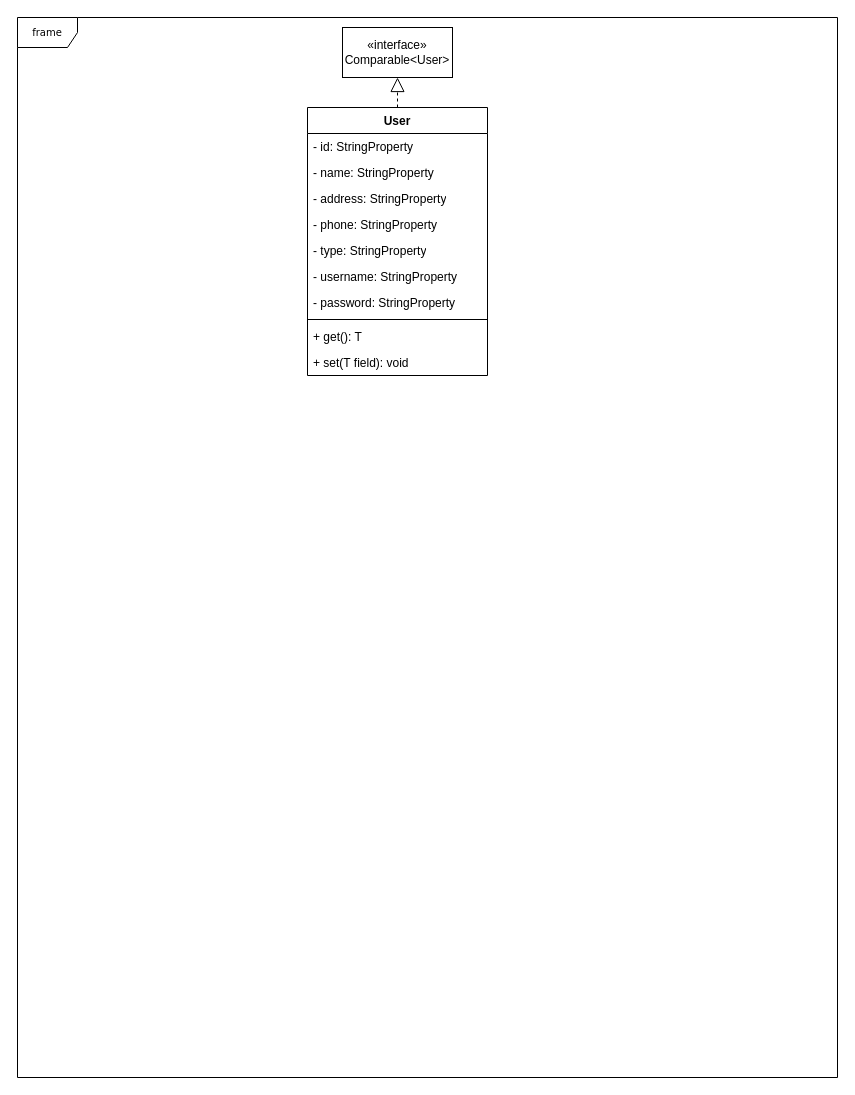
The draw.io diagram doc/UML Diagrams/User.drawio in dealoux/INTE2512-Project, before the edit. Source tidied: cells renumbered, new cells numbered last; positions are measured from the earlier drawing's top-left corner, leaving out a move shared by most shapes. Both pictures are drawn from the tidied source at 100%, with x=0, y=0 at pixel (17, 17).
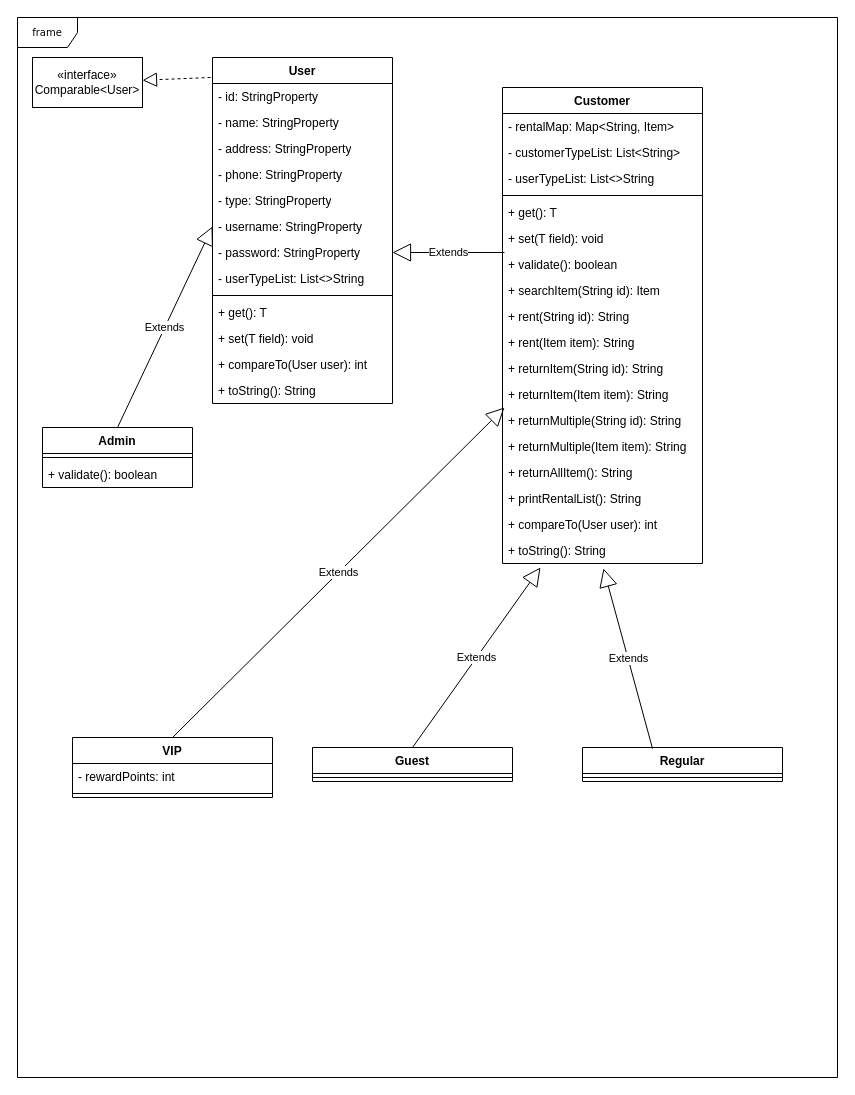
After the change.

Unchanged cells that the change refers to:
```xml
<mxCell id="5" value="- id: StringProperty" style="text;html=1;strokeColor=none;fillColor=none;align=left;verticalAlign=top;spacingLeft=4;spacingRight=4;whiteSpace=wrap;overflow=hidden;points=[[0,0.5],[1,0.5]];portConstraint=eastwest;" parent="4" vertex="1">
  <mxGeometry y="26" width="180" height="26" as="geometry" />
</mxCell>
<mxCell id="10" value="- username: StringProperty" style="text;html=1;strokeColor=none;fillColor=none;align=left;verticalAlign=top;spacingLeft=4;spacingRight=4;whiteSpace=wrap;overflow=hidden;points=[[0,0.5],[1,0.5]];portConstraint=eastwest;" parent="4" vertex="1">
  <mxGeometry y="156" width="180" height="26" as="geometry" />
</mxCell>
<mxCell id="11" value="- password: StringProperty" style="text;html=1;strokeColor=none;fillColor=none;align=left;verticalAlign=top;spacingLeft=4;spacingRight=4;whiteSpace=wrap;overflow=hidden;points=[[0,0.5],[1,0.5]];portConstraint=eastwest;" parent="4" vertex="1">
  <mxGeometry y="182" width="180" height="26" as="geometry" />
</mxCell>
```

What changed in the source:
```diff
@@
     <mxCell id="3" value="«interface»&lt;br&gt;Comparable&amp;lt;User&amp;gt;" style="html=1;whiteSpace=wrap;" parent="1" vertex="1">
-      <mxGeometry x="325" y="10" width="110" height="50" as="geometry" />
+      <mxGeometry x="15" y="40" width="110" height="50" as="geometry" />
     </mxCell>
     <mxCell id="4" value="User" style="swimlane;fontStyle=1;align=center;verticalAlign=top;horizontal=1;startSize=26;whiteSpace=wrap;html=1;" parent="1" vertex="1">
-      <mxGeometry x="290" y="90" width="180" height="268" as="geometry" />
+      <mxGeometry x="195" y="40" width="180" height="346" as="geometry" />
     </mxCell>
@@
+    <mxCell id="16" value="- userTypeList: List&amp;lt;&amp;gt;String" style="text;html=1;strokeColor=none;fillColor=none;align=left;verticalAlign=top;spacingLeft=4;spacingRight=4;whiteSpace=wrap;overflow=hidden;" parent="4" vertex="1">
+      <mxGeometry y="208" width="180" height="26" as="geometry" />
+    </mxCell>
     <mxCell id="12" style="line;strokeWidth=1;fillColor=none;align=left;verticalAlign=middle;spacingTop=-1;spacingLeft=3;spacingRight=3;labelPosition=right;strokeColor=inherit;" parent="4" vertex="1">
-      <mxGeometry y="208" width="180" height="8" as="geometry" />
+      <mxGeometry y="234" width="180" height="8" as="geometry" />
     </mxCell>
     <mxCell id="13" value="+ get(): T" style="text;strokeColor=none;fillColor=none;align=left;verticalAlign=top;spacingLeft=4;spacingRight=4;overflow=hidden;whiteSpace=wrap;html=1;" parent="4" vertex="1">
-      <mxGeometry y="216" width="180" height="26" as="geometry" />
+      <mxGeometry y="242" width="180" height="26" as="geometry" />
     </mxCell>
     <mxCell id="14" value="+ set(T field): void" style="text;strokeColor=none;fillColor=none;align=left;verticalAlign=top;spacingLeft=4;spacingRight=4;overflow=hidden;whiteSpace=wrap;html=1;" parent="4" vertex="1">
-      <mxGeometry y="242" width="180" height="26" as="geometry" />
+      <mxGeometry y="268" width="180" height="26" as="geometry" />
     </mxCell>
+    <mxCell id="17" value="+ compareTo(User user): int" style="text;strokeColor=none;fillColor=none;align=left;verticalAlign=top;spacingLeft=4;spacingRight=4;overflow=hidden;whiteSpace=wrap;html=1;" parent="4" vertex="1">
+      <mxGeometry y="294" width="180" height="26" as="geometry" />
+    </mxCell>
+    <mxCell id="18" value="+ toString(): String" style="text;strokeColor=none;fillColor=none;align=left;verticalAlign=top;spacingLeft=4;spacingRight=4;overflow=hidden;whiteSpace=wrap;html=1;" parent="4" vertex="1">
+      <mxGeometry y="320" width="180" height="26" as="geometry" />
+    </mxCell>
-    <mxCell id="15" style="endArrow=block;dashed=1;endFill=0;endSize=12;html=1;rounded=0;exitX=0.5;exitY=0;exitDx=0;exitDy=0;" parent="1" edge="1" source="4" target="3">
+    <mxCell id="15" style="endArrow=block;dashed=1;endFill=0;endSize=12;html=1;rounded=0;exitX=-0.011;exitY=-0.231;exitDx=0;exitDy=0;exitPerimeter=0;" parent="1" edge="1" source="5" target="3">
       <mxGeometry relative="1" as="geometry" />
     </mxCell>
+    <mxCell id="19" value="Customer" style="swimlane;fontStyle=1;align=center;verticalAlign=top;horizontal=1;startSize=26;whiteSpace=wrap;html=1;" parent="1" vertex="1">
+      <mxGeometry x="485" y="70" width="200" height="476" as="geometry" />
+    </mxCell>
+    <mxCell id="20" value="- rentalMap: Map&amp;lt;String, Item&amp;gt;" style="text;html=1;strokeColor=none;fillColor=none;align=left;verticalAlign=top;spacingLeft=4;spacingRight=4;whiteSpace=wrap;overflow=hidden;" parent="19" vertex="1">
+      <mxGeometry y="26" width="200" height="26" as="geometry" />
+    </mxCell>
+    <mxCell id="21" value="- customerTypeList: List&amp;lt;String&amp;gt;" style="text;html=1;strokeColor=none;fillColor=none;align=left;verticalAlign=top;spacingLeft=4;spacingRight=4;whiteSpace=wrap;overflow=hidden;" parent="19" vertex="1">
+      <mxGeometry y="52" width="200" height="26" as="geometry" />
+    </mxCell>
+    <mxCell id="22" value="- userTypeList: List&amp;lt;&amp;gt;String" style="text;html=1;strokeColor=none;fillColor=none;align=left;verticalAlign=top;spacingLeft=4;spacingRight=4;whiteSpace=wrap;overflow=hidden;" parent="19" vertex="1">
+      <mxGeometry y="78" width="200" height="26" as="geometry" />
+    </mxCell>
+    <mxCell id="23" style="line;strokeWidth=1;fillColor=none;align=left;verticalAlign=middle;spacingTop=-1;spacingLeft=3;spacingRight=3;labelPosition=right;strokeColor=inherit;" parent="19" vertex="1">
+      <mxGeometry y="104" width="200" height="8" as="geometry" />
+    </mxCell>
+    <mxCell id="24" value="+ get(): T" style="text;strokeColor=none;fillColor=none;align=left;verticalAlign=top;spacingLeft=4;spacingRight=4;overflow=hidden;whiteSpace=wrap;html=1;" parent="19" vertex="1">
+      <mxGeometry y="112" width="200" height="26" as="geometry" />
+    </mxCell>
+    <mxCell id="25" value="+ set(T field): void" style="text;strokeColor=none;fillColor=none;align=left;verticalAlign=top;spacingLeft=4;spacingRight=4;overflow=hidden;whiteSpace=wrap;html=1;" parent="19" vertex="1">
+      <mxGeometry y="138" width="200" height="26" as="geometry" />
+    </mxCell>
+    <mxCell id="26" value="+ validate(): boolean" style="text;strokeColor=none;fillColor=none;align=left;verticalAlign=top;spacingLeft=4;spacingRight=4;overflow=hidden;points=[[0,0.5],[1,0.5]];portConstraint=eastwest;whiteSpace=wrap;html=1;" parent="19" vertex="1">
+      <mxGeometry y="164" width="200" height="26" as="geometry" />
+    </mxCell>
+    <mxCell id="27" value="+ searchItem(String id): Item" style="text;strokeColor=none;fillColor=none;align=left;verticalAlign=top;spacingLeft=4;spacingRight=4;overflow=hidden;whiteSpace=wrap;html=1;" parent="19" vertex="1">
+      <mxGeometry y="190" width="200" height="26" as="geometry" />
+    </mxCell>
+    <mxCell id="28" value="+ rent(String id): String" style="text;strokeColor=none;fillColor=none;align=left;verticalAlign=top;spacingLeft=4;spacingRight=4;overflow=hidden;whiteSpace=wrap;html=1;" parent="19" vertex="1">
+      <mxGeometry y="216" width="200" height="26" as="geometry" />
+    </mxCell>
+    <mxCell id="29" value="+ rent(Item item): String" style="text;strokeColor=none;fillColor=none;align=left;verticalAlign=top;spacingLeft=4;spacingRight=4;overflow=hidden;whiteSpace=wrap;html=1;" parent="19" vertex="1">
+      <mxGeometry y="242" width="200" height="26" as="geometry" />
+    </mxCell>
+    <mxCell id="30" value="+ returnItem(String id): String" style="text;strokeColor=none;fillColor=none;align=left;verticalAlign=top;spacingLeft=4;spacingRight=4;overflow=hidden;whiteSpace=wrap;html=1;" parent="19" vertex="1">
+      <mxGeometry y="268" width="200" height="26" as="geometry" />
+    </mxCell>
+    <mxCell id="31" value="+ returnItem(Item item): String" style="text;strokeColor=none;fillColor=none;align=left;verticalAlign=top;spacingLeft=4;spacingRight=4;overflow=hidden;whiteSpace=wrap;html=1;" parent="19" vertex="1">
+      <mxGeometry y="294" width="200" height="26" as="geometry" />
+    </mxCell>
+    <mxCell id="32" value="+ returnMultiple(String id): String" style="text;strokeColor=none;fillColor=none;align=left;verticalAlign=top;spacingLeft=4;spacingRight=4;overflow=hidden;points=[[0,0.5],[1,0.5]];portConstraint=eastwest;whiteSpace=wrap;html=1;" parent="19" vertex="1">
+      <mxGeometry y="320" width="200" height="26" as="geometry" />
+    </mxCell>
+    <mxCell id="33" value="+ returnMultiple(Item item): String" style="text;strokeColor=none;fillColor=none;align=left;verticalAlign=top;spacingLeft=4;spacingRight=4;overflow=hidden;whiteSpace=wrap;html=1;" parent="19" vertex="1">
+      <mxGeometry y="346" width="200" height="26" as="geometry" />
+    </mxCell>
+    <mxCell id="34" value="+ returnAllItem(): String" style="text;strokeColor=none;fillColor=none;align=left;verticalAlign=top;spacingLeft=4;spacingRight=4;overflow=hidden;whiteSpace=wrap;html=1;" parent="19" vertex="1">
+      <mxGeometry y="372" width="200" height="26" as="geometry" />
+    </mxCell>
+    <mxCell id="35" value="+ printRentalList(): String" style="text;strokeColor=none;fillColor=none;align=left;verticalAlign=top;spacingLeft=4;spacingRight=4;overflow=hidden;whiteSpace=wrap;html=1;" parent="19" vertex="1">
+      <mxGeometry y="398" width="200" height="26" as="geometry" />
+    </mxCell>
+    <mxCell id="36" value="+ compareTo(User user): int" style="text;strokeColor=none;fillColor=none;align=left;verticalAlign=top;spacingLeft=4;spacingRight=4;overflow=hidden;whiteSpace=wrap;html=1;" parent="19" vertex="1">
+      <mxGeometry y="424" width="200" height="26" as="geometry" />
+    </mxCell>
+    <mxCell id="37" value="+ toString(): String" style="text;strokeColor=none;fillColor=none;align=left;verticalAlign=top;spacingLeft=4;spacingRight=4;overflow=hidden;points=[[0,0.5],[1,0.5]];portConstraint=eastwest;whiteSpace=wrap;html=1;" parent="19" vertex="1">
+      <mxGeometry y="450" width="200" height="26" as="geometry" />
+    </mxCell>
+    <mxCell id="38" value="Admin" style="swimlane;fontStyle=1;align=center;verticalAlign=top;horizontal=1;startSize=26;whiteSpace=wrap;html=1;" parent="1" vertex="1">
+      <mxGeometry x="25" y="410" width="150" height="60" as="geometry" />
+    </mxCell>
+    <mxCell id="39" style="line;strokeWidth=1;fillColor=none;align=left;verticalAlign=middle;spacingTop=-1;spacingLeft=3;spacingRight=3;labelPosition=right;strokeColor=inherit;" parent="38" vertex="1">
+      <mxGeometry y="26" width="150" height="8" as="geometry" />
+    </mxCell>
+    <mxCell id="40" value="+ validate(): boolean" style="text;strokeColor=none;fillColor=none;align=left;verticalAlign=top;spacingLeft=4;spacingRight=4;overflow=hidden;whiteSpace=wrap;html=1;" parent="38" vertex="1">
+      <mxGeometry y="34" width="150" height="26" as="geometry" />
+    </mxCell>
+    <mxCell id="41" value="VIP" style="swimlane;fontStyle=1;align=center;verticalAlign=top;horizontal=1;startSize=26;whiteSpace=wrap;html=1;" parent="1" vertex="1">
+      <mxGeometry x="55" y="720" width="200" height="60" as="geometry" />
+    </mxCell>
+    <mxCell id="42" value="- rewardPoints: int" style="text;html=1;strokeColor=none;fillColor=none;align=left;verticalAlign=top;spacingLeft=4;spacingRight=4;whiteSpace=wrap;overflow=hidden;" parent="41" vertex="1">
+      <mxGeometry y="26" width="200" height="26" as="geometry" />
+    </mxCell>
+    <mxCell id="43" style="line;strokeWidth=1;fillColor=none;align=left;verticalAlign=middle;spacingTop=-1;spacingLeft=3;spacingRight=3;labelPosition=right;strokeColor=inherit;" parent="41" vertex="1">
+      <mxGeometry y="52" width="200" height="8" as="geometry" />
+    </mxCell>
+    <mxCell id="44" value="Guest" style="swimlane;fontStyle=1;align=center;verticalAlign=top;horizontal=1;startSize=26;whiteSpace=wrap;html=1;" parent="1" vertex="1">
+      <mxGeometry x="295" y="730" width="200" height="34" as="geometry" />
+    </mxCell>
+    <mxCell id="45" style="line;strokeWidth=1;fillColor=none;align=left;verticalAlign=middle;spacingTop=-1;spacingLeft=3;spacingRight=3;labelPosition=right;strokeColor=inherit;" parent="44" vertex="1">
+      <mxGeometry y="26" width="200" height="8" as="geometry" />
+    </mxCell>
+    <mxCell id="46" value="Regular" style="swimlane;fontStyle=1;align=center;verticalAlign=top;horizontal=1;startSize=26;whiteSpace=wrap;html=1;" parent="1" vertex="1">
+      <mxGeometry x="565" y="730" width="200" height="34" as="geometry" />
+    </mxCell>
+    <mxCell id="47" style="line;strokeWidth=1;fillColor=none;align=left;verticalAlign=middle;spacingTop=-1;spacingLeft=3;spacingRight=3;labelPosition=right;strokeColor=inherit;" parent="46" vertex="1">
+      <mxGeometry y="26" width="200" height="8" as="geometry" />
+    </mxCell>
+    <mxCell id="48" value="Extends" style="endArrow=block;endSize=16;endFill=0;html=1;rounded=0;exitX=0.5;exitY=0;exitDx=0;exitDy=0;entryX=0;entryY=0.5;entryDx=0;entryDy=0;" parent="1" edge="1" source="38" target="10">
+      <mxGeometry relative="1" as="geometry" />
+    </mxCell>
+    <mxCell id="49" value="Extends" style="endArrow=block;endSize=16;endFill=0;html=1;rounded=0;exitX=0.5;exitY=0;exitDx=0;exitDy=0;entryX=0.01;entryY=0;entryDx=0;entryDy=0;entryPerimeter=0;" parent="1" edge="1" source="41" target="32">
+      <mxGeometry relative="1" as="geometry" />
+    </mxCell>
+    <mxCell id="50" value="Extends" style="endArrow=block;endSize=16;endFill=0;html=1;rounded=0;exitX=0.5;exitY=0;exitDx=0;exitDy=0;entryX=0.19;entryY=1.154;entryDx=0;entryDy=0;entryPerimeter=0;" parent="1" edge="1" source="44" target="37">
+      <mxGeometry relative="1" as="geometry" />
+    </mxCell>
+    <mxCell id="51" value="Extends" style="endArrow=block;endSize=16;endFill=0;html=1;rounded=0;exitX=0.35;exitY=0.029;exitDx=0;exitDy=0;exitPerimeter=0;entryX=0.505;entryY=1.192;entryDx=0;entryDy=0;entryPerimeter=0;" parent="1" edge="1" source="46" target="37">
+      <mxGeometry relative="1" as="geometry" />
+    </mxCell>
+    <mxCell id="52" value="Extends" style="endArrow=block;endSize=16;endFill=0;html=1;rounded=0;exitX=0.01;exitY=0.038;exitDx=0;exitDy=0;exitPerimeter=0;entryX=1;entryY=0.5;entryDx=0;entryDy=0;" parent="1" edge="1" source="26" target="11">
+      <mxGeometry relative="1" as="geometry" />
+    </mxCell>
```
